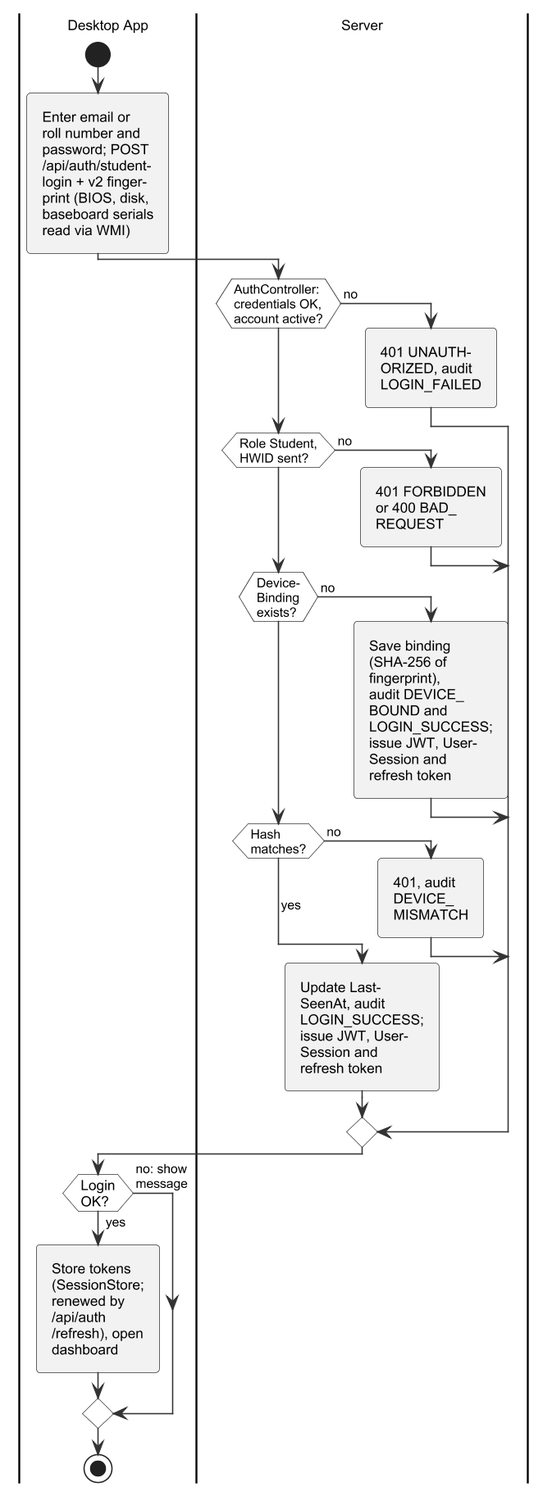
Above: important docs/fyp_doc_3chatp/Figures/activity_auth.png in Haiderali27-hub/AI-Lab-Monitoring- (PlantUML), before the change. The source it was exported from:
```plantuml
@startuml
!include style.iuml
!pragma useVerticalIf on

|Desktop App|
start
:Enter email or\nroll number and\npassword; POST\n/api/auth/student-\nlogin + v2 finger-\nprint (BIOS, disk,\nbaseboard serials\nread via WMI);
|Server|
if (AuthController:\ncredentials OK,\naccount active?) then (no)
  :401 UNAUTH-\nORIZED, audit\nLOGIN_FAILED;
elseif (Role Student,\nHWID sent?) then (no)
  :401 FORBIDDEN\nor 400 BAD_\nREQUEST;
elseif (Device-\nBinding\nexists?) then (no)
  :Save binding\n(SHA-256 of\nfingerprint),\naudit DEVICE_\nBOUND and\nLOGIN_SUCCESS;\nissue JWT, User-\nSession and\nrefresh token;
elseif (Hash\nmatches?) then (no)
  :401, audit\nDEVICE_\nMISMATCH;
else (yes)
  :Update Last-\nSeenAt, audit\nLOGIN_SUCCESS;\nissue JWT, User-\nSession and\nrefresh token;
endif
|Desktop App|
if (Login\nOK?) then (yes)
  :Store tokens\n(SessionStore;\nrenewed by\n/api/auth\n/refresh), open\ndashboard;
else (no: show\nmessage)
endif
stop
@enduml
```
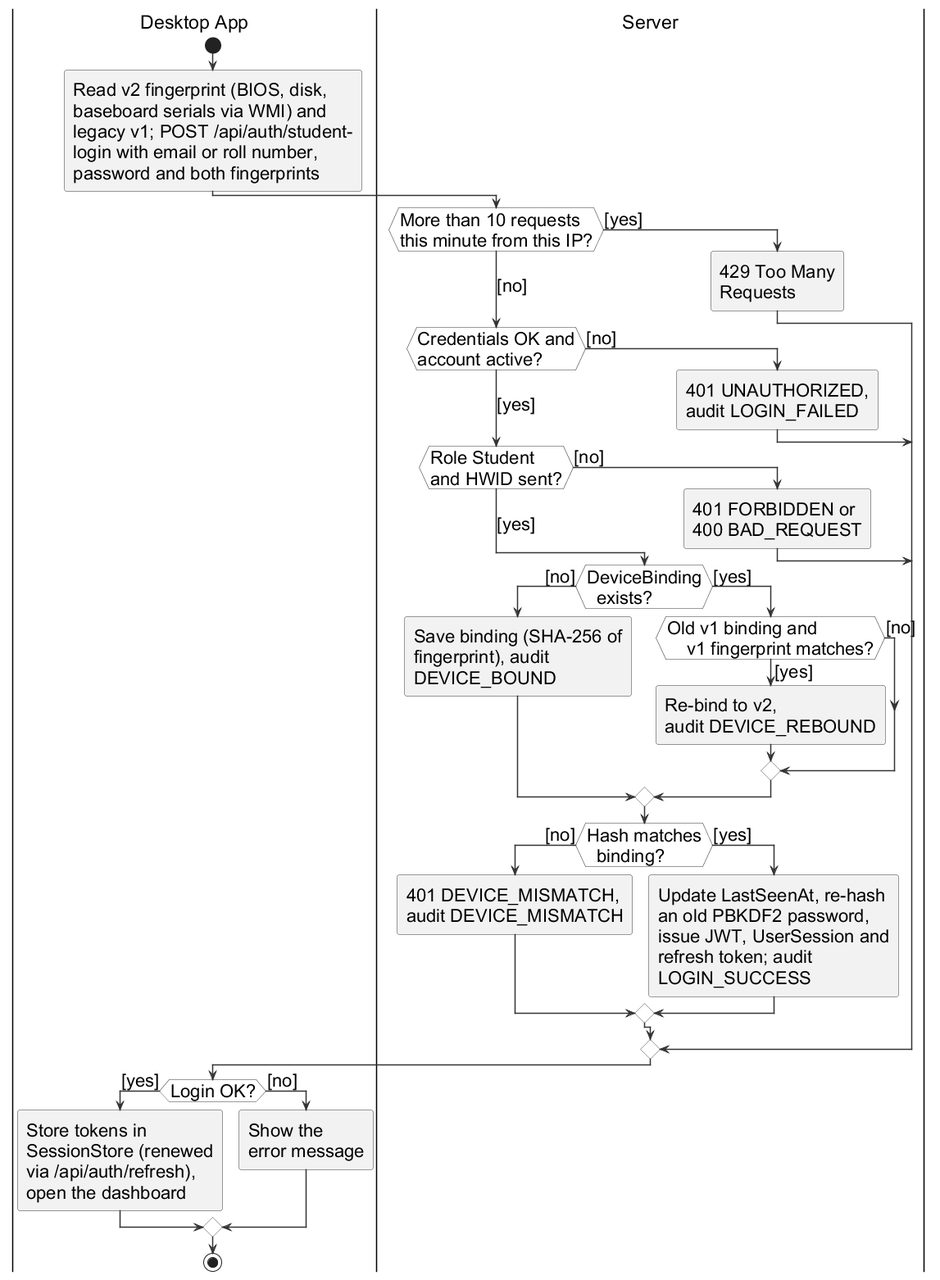
The same diagram one commit later.

Diff of the diagram source:
```diff
@@ -1,26 +1,70 @@
 @startuml
 !include style.iuml
+skinparam dpi 96
+skinparam defaultFontSize 22
+skinparam ArrowFontSize 22
+skinparam ArrowThickness 1.5
+skinparam padding 1
+skinparam swimlane {
+  TitleFontSize 23
+}
 !pragma useVerticalIf on
 
 |Desktop App|
 start
-:Enter email or\nroll number and\npassword; POST\n/api/auth/student-\nlogin + v2 finger-\nprint (BIOS, disk,\nbaseboard serials\nread via WMI);
+:Read v2 fingerprint (BIOS, disk,
+baseboard serials via WMI) and
+legacy v1; POST /api/auth/student-
+login with email or roll number,
+password and both fingerprints;
 |Server|
-if (AuthController:\ncredentials OK,\naccount active?) then (no)
-  :401 UNAUTH-\nORIZED, audit\nLOGIN_FAILED;
-elseif (Role Student,\nHWID sent?) then (no)
-  :401 FORBIDDEN\nor 400 BAD_\nREQUEST;
-elseif (Device-\nBinding\nexists?) then (no)
-  :Save binding\n(SHA-256 of\nfingerprint),\naudit DEVICE_\nBOUND and\nLOGIN_SUCCESS;\nissue JWT, User-\nSession and\nrefresh token;
-elseif (Hash\nmatches?) then (no)
-  :401, audit\nDEVICE_\nMISMATCH;
-else (yes)
-  :Update Last-\nSeenAt, audit\nLOGIN_SUCCESS;\nissue JWT, User-\nSession and\nrefresh token;
+if (More than 10 requests
+this minute from this IP?) then ([yes])
+  :429 Too Many
+  Requests;
+([no]) elseif (Credentials OK and
+account active?) then ([no])
+  :401 UNAUTHORIZED,
+  audit LOGIN_FAILED;
+([yes]) elseif (Role Student
+and HWID sent?) then ([no])
+  :401 FORBIDDEN or
+  400 BAD_REQUEST;
+else ([yes])
+  if (DeviceBinding
+  exists?) then ([no])
+    :Save binding (SHA-256 of
+    fingerprint), audit
+    DEVICE_BOUND;
+  else ([yes])
+    if (Old v1 binding and
+    v1 fingerprint matches?) then ([yes])
+      :Re-bind to v2,
+      audit DEVICE_REBOUND;
+    else ([no])
+    endif
+  endif
+  if (Hash matches
+  binding?) then ([no])
+    :401 DEVICE_MISMATCH,
+    audit DEVICE_MISMATCH;
+  else ([yes])
+    :Update LastSeenAt, re-hash
+    an old PBKDF2 password,
+    issue JWT, UserSession and
+    refresh token; audit
+    LOGIN_SUCCESS;
+  endif
 endif
 |Desktop App|
-if (Login\nOK?) then (yes)
-  :Store tokens\n(SessionStore;\nrenewed by\n/api/auth\n/refresh), open\ndashboard;
-else (no: show\nmessage)
+if (Login OK?) then ([yes])
+  :Store tokens in
+  SessionStore (renewed
+  via /api/auth/refresh),
+  open the dashboard;
+else ([no])
+  :Show the
+  error message;
 endif
 stop
 @enduml
```
